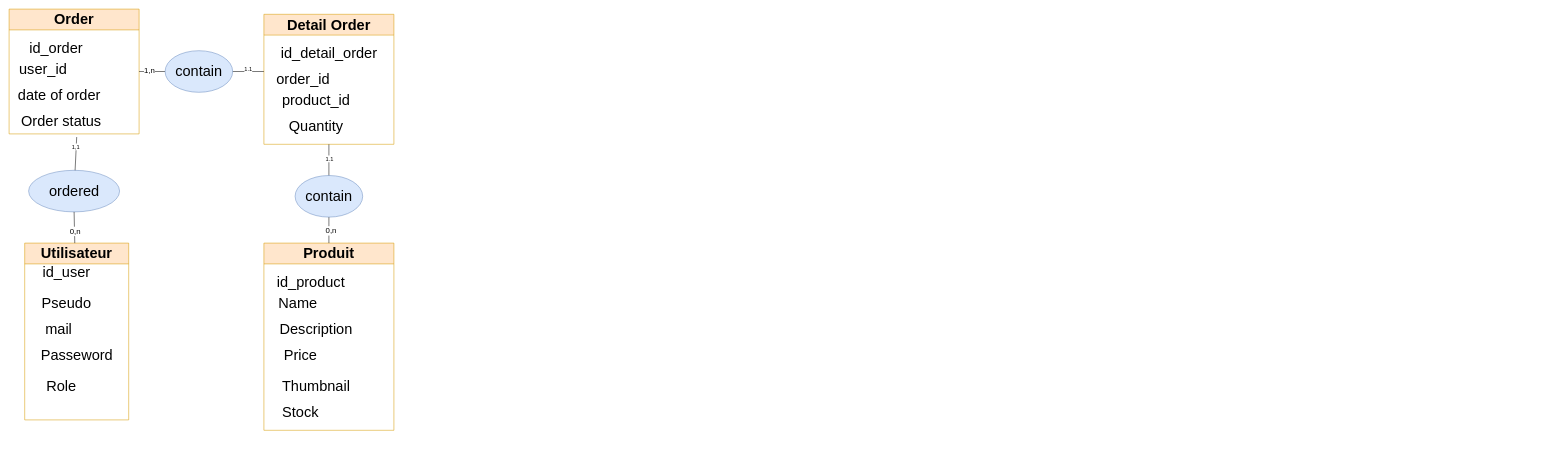
This is Diagramme sans nom.drawio from sgjiri/first-page-html, a draw.io file, before an edit. Source tidied: cells renumbered, new cells numbered last; positions are measured from the earlier drawing's top-left corner, leaving out a move shared by most shapes. Both pictures are drawn from the tidied source at 52%, with x=0, y=0 at pixel (9, 9).
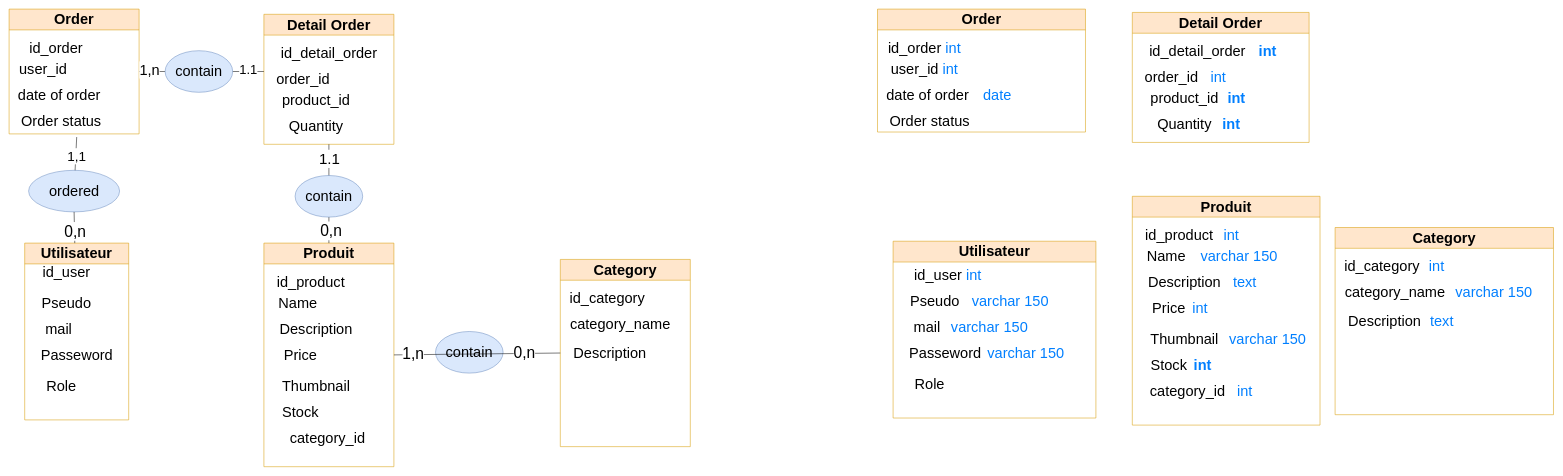
After the change.

Commit message:
Mettre à jour Diagramme sans nom.drawio

The change refers to these unchanged cells:
```xml
<mxCell id="27" style="endArrow=none;html=1;rounded=0;exitX=0.5;exitY=1;exitDx=0;exitDy=0;" parent="1" edge="1" source="26" target="2">
  <mxGeometry relative="1" as="geometry" />
</mxCell>
```

The edit, as a diff of the source:
```diff
@@
     <mxCell id="8" value="&lt;span style=&quot;font-size: 28px;&quot;&gt;Produit&lt;/span&gt;" style="swimlane;whiteSpace=wrap;html=1;fillColor=#ffe6cc;strokeColor=#d79b00;fontSize=17;startSize=40;" parent="1" vertex="1">
-      <mxGeometry x="490" y="450" width="250" height="360" as="geometry" />
+      <mxGeometry x="490" y="450" width="250" height="430" as="geometry" />
     </mxCell>
@@
+    <mxCell id="39" value="category_id" style="text;html=1;align=center;verticalAlign=middle;strokeColor=none;fillColor=none;fontSize=28;" parent="8" vertex="1">
+      <mxGeometry x="37" y="350" width="170" height="50" as="geometry" />
+    </mxCell>
@@
-    <mxCell id="28" value="&lt;font style=&quot;font-size: 15px;&quot;&gt;0,n&lt;/font&gt;" style="edgeLabel;html=1;align=center;verticalAlign=middle;" parent="27" vertex="1">
+    <mxCell id="28" value="&lt;font style=&quot;font-size: 30px;&quot;&gt;0,n&lt;/font&gt;" style="edgeLabel;html=1;align=center;verticalAlign=middle;" parent="27" vertex="1">
       <mxGeometry x="0.23" y="1" relative="1" as="geometry" />
     </mxCell>
@@
-    <mxCell id="30" value="1,1" style="edgeLabel;html=1;align=center;verticalAlign=middle;" parent="1" vertex="1">
+    <mxCell id="30" value="&lt;font style=&quot;font-size: 26px;&quot;&gt;1,1&lt;/font&gt;" style="edgeLabel;html=1;align=center;verticalAlign=middle;" parent="1" vertex="1">
       <mxGeometry x="136.8" y="436.6" as="geometry">
-        <mxPoint x="-9" y="-172" as="offset" />
+        <mxPoint x="-7" y="-154" as="offset" />
       </mxGeometry>
     </mxCell>
@@
-    <mxCell id="33" value="&lt;font style=&quot;font-size: 15px;&quot;&gt;1,n&lt;/font&gt;" style="edgeLabel;html=1;align=center;verticalAlign=middle;" parent="1" vertex="1">
+    <mxCell id="33" value="&lt;font style=&quot;font-size: 28px;&quot;&gt;1,n&lt;/font&gt;" style="edgeLabel;html=1;align=center;verticalAlign=middle;" parent="1" vertex="1">
       <mxGeometry x="136.8" y="436.6" as="geometry">
         <mxPoint x="133" y="-320" as="offset" />
       </mxGeometry>
     </mxCell>
-    <mxCell id="34" value="1.1" style="edgeLabel;html=1;align=center;verticalAlign=middle;" parent="1" vertex="1">
+    <mxCell id="34" value="&lt;font style=&quot;font-size: 25px;&quot;&gt;1.1&lt;/font&gt;" style="edgeLabel;html=1;align=center;verticalAlign=middle;" parent="1" vertex="1">
       <mxGeometry x="450" y="120" as="geometry">
         <mxPoint x="9" y="-6" as="offset" />
       </mxGeometry>
     </mxCell>
@@
-    <mxCell id="37" value="1.1" style="edgeLabel;html=1;align=center;verticalAlign=middle;" parent="1" vertex="1">
+    <mxCell id="37" value="&lt;font style=&quot;font-size: 29px;&quot;&gt;1.1&lt;/font&gt;" style="edgeLabel;html=1;align=center;verticalAlign=middle;" parent="1" vertex="1">
       <mxGeometry x="136.8" y="437" as="geometry">
         <mxPoint x="479" y="-150" as="offset" />
       </mxGeometry>
     </mxCell>
-    <mxCell id="38" value="&lt;font style=&quot;font-size: 15px;&quot;&gt;0,n&lt;/font&gt;" style="edgeLabel;html=1;align=center;verticalAlign=middle;" parent="1" vertex="1">
+    <mxCell id="38" value="&lt;font style=&quot;font-size: 30px;&quot;&gt;0,n&lt;/font&gt;" style="edgeLabel;html=1;align=center;verticalAlign=middle;" parent="1" vertex="1">
       <mxGeometry x="136.8" y="438" as="geometry">
         <mxPoint x="482" y="-13" as="offset" />
       </mxGeometry>
     </mxCell>
+    <mxCell id="40" value="&lt;span style=&quot;font-size: 28px;&quot;&gt;Category&lt;/span&gt;" style="swimlane;whiteSpace=wrap;html=1;fillColor=#ffe6cc;strokeColor=#d79b00;fontSize=17;startSize=40;" parent="1" vertex="1">
+      <mxGeometry x="1060" y="481.4" width="250" height="360" as="geometry" />
+    </mxCell>
+    <mxCell id="41" value="category_name" style="text;html=1;align=center;verticalAlign=middle;strokeColor=none;fillColor=none;fontSize=28;" parent="40" vertex="1">
+      <mxGeometry x="5" y="100" width="220" height="50" as="geometry" />
+    </mxCell>
+    <mxCell id="42" value="Description" style="text;html=1;align=center;verticalAlign=middle;strokeColor=none;fillColor=none;fontSize=28;" parent="40" vertex="1">
+      <mxGeometry x="15" y="155" width="160" height="50" as="geometry" />
+    </mxCell>
+    <mxCell id="43" value="id_category" style="text;html=1;align=center;verticalAlign=middle;strokeColor=none;fillColor=none;fontSize=28;" parent="40" vertex="1">
+      <mxGeometry x="5" y="50" width="170" height="50" as="geometry" />
+    </mxCell>
+    <mxCell id="44" value="contain" style="ellipse;whiteSpace=wrap;html=1;fillColor=#dae8fc;strokeColor=#6c8ebf;fontSize=28;" parent="1" vertex="1">
+      <mxGeometry x="820" y="620" width="130" height="80" as="geometry" />
+    </mxCell>
+    <mxCell id="45" style="endArrow=none;html=1;rounded=0;exitX=1;exitY=0.5;exitDx=0;exitDy=0;entryX=0;entryY=0.5;entryDx=0;entryDy=0;" parent="1" edge="1" source="8" target="40">
+      <mxGeometry relative="1" as="geometry" />
+    </mxCell>
+    <mxCell id="46" value="&lt;font style=&quot;font-size: 30px;&quot;&gt;1,n&lt;/font&gt;" style="edgeLabel;html=1;align=center;verticalAlign=middle;" parent="1" vertex="1">
+      <mxGeometry x="136.8" y="436.4" as="geometry">
+        <mxPoint x="640" y="225" as="offset" />
+      </mxGeometry>
+    </mxCell>
+    <mxCell id="47" value="&lt;font style=&quot;font-size: 30px;&quot;&gt;0,n&lt;/font&gt;" style="edgeLabel;html=1;align=center;verticalAlign=middle;" parent="1" vertex="1">
+      <mxGeometry x="990" y="660" as="geometry" />
+    </mxCell>
+    <mxCell id="48" value="&lt;font style=&quot;font-size: 28px;&quot;&gt;Utilisateur&lt;/font&gt;" style="swimlane;whiteSpace=wrap;html=1;fillColor=#ffe6cc;strokeColor=#d79b00;fontSize=17;startSize=40;" parent="1" vertex="1">
+      <mxGeometry x="1700" y="446.4" width="390" height="340" as="geometry" />
+    </mxCell>
+    <mxCell id="49" value="Pseudo" style="text;html=1;align=center;verticalAlign=middle;strokeColor=none;fillColor=none;fontSize=28;" parent="48" vertex="1">
+      <mxGeometry x="20" y="90" width="120" height="50" as="geometry" />
+    </mxCell>
+    <mxCell id="50" value="mail" style="text;html=1;align=center;verticalAlign=middle;strokeColor=none;fillColor=none;fontSize=28;" parent="48" vertex="1">
+      <mxGeometry x="30" y="140" width="70" height="50" as="geometry" />
+    </mxCell>
+    <mxCell id="51" value="id_user&amp;nbsp;&lt;font color=&quot;#007fff&quot;&gt;int&lt;/font&gt;" style="text;html=1;align=center;verticalAlign=middle;strokeColor=none;fillColor=none;fontSize=28;" parent="48" vertex="1">
+      <mxGeometry x="30" y="40" width="150" height="50" as="geometry" />
+    </mxCell>
+    <mxCell id="52" value="Passeword" style="text;html=1;align=center;verticalAlign=middle;strokeColor=none;fillColor=none;fontSize=28;" parent="48" vertex="1">
+      <mxGeometry x="20" y="190" width="160" height="50" as="geometry" />
+    </mxCell>
+    <mxCell id="53" value="Role" style="text;html=1;align=center;verticalAlign=middle;strokeColor=none;fillColor=none;fontSize=28;" parent="48" vertex="1">
+      <mxGeometry x="30" y="250" width="80" height="50" as="geometry" />
+    </mxCell>
+    <mxCell id="54" value="&lt;font color=&quot;#007fff&quot;&gt;varchar 150&lt;/font&gt;" style="text;html=1;align=center;verticalAlign=middle;strokeColor=none;fillColor=none;fontSize=28;" parent="48" vertex="1">
+      <mxGeometry x="140" y="90" width="170" height="50" as="geometry" />
+    </mxCell>
+    <mxCell id="55" value="&lt;font color=&quot;#007fff&quot;&gt;varchar 150&lt;/font&gt;" style="text;html=1;align=center;verticalAlign=middle;strokeColor=none;fillColor=none;fontSize=28;" parent="48" vertex="1">
+      <mxGeometry x="100" y="140" width="170" height="50" as="geometry" />
+    </mxCell>
+    <mxCell id="56" value="&lt;font color=&quot;#007fff&quot;&gt;varchar 150&lt;/font&gt;" style="text;html=1;align=center;verticalAlign=middle;strokeColor=none;fillColor=none;fontSize=28;" parent="48" vertex="1">
+      <mxGeometry x="170" y="190" width="170" height="50" as="geometry" />
+    </mxCell>
+    <mxCell id="57" value="&lt;span style=&quot;font-size: 28px;&quot;&gt;Produit&lt;/span&gt;" style="swimlane;whiteSpace=wrap;html=1;fillColor=#ffe6cc;strokeColor=#d79b00;fontSize=17;startSize=40;" parent="1" vertex="1">
+      <mxGeometry x="2160" y="360" width="361" height="440" as="geometry" />
+    </mxCell>
+    <mxCell id="58" value="Name" style="text;html=1;align=center;verticalAlign=middle;strokeColor=none;fillColor=none;fontSize=28;" parent="57" vertex="1">
+      <mxGeometry x="15" y="90" width="100" height="50" as="geometry" />
+    </mxCell>
+    <mxCell id="59" value="Description" style="text;html=1;align=center;verticalAlign=middle;strokeColor=none;fillColor=none;fontSize=28;" parent="57" vertex="1">
+      <mxGeometry x="20" y="140" width="160" height="50" as="geometry" />
+    </mxCell>
+    <mxCell id="60" value="id_product" style="text;html=1;align=center;verticalAlign=middle;strokeColor=none;fillColor=none;fontSize=28;" parent="57" vertex="1">
+      <mxGeometry x="15" y="50" width="150" height="50" as="geometry" />
+    </mxCell>
+    <mxCell id="61" value="Price" style="text;html=1;align=center;verticalAlign=middle;strokeColor=none;fillColor=none;fontSize=28;" parent="57" vertex="1">
+      <mxGeometry x="25" y="190" width="90" height="50" as="geometry" />
+    </mxCell>
+    <mxCell id="62" value="Thumbnail" style="text;html=1;align=center;verticalAlign=middle;strokeColor=none;fillColor=none;fontSize=28;" parent="57" vertex="1">
+      <mxGeometry x="25" y="250" width="150" height="50" as="geometry" />
+    </mxCell>
+    <mxCell id="63" value="Stock" style="text;html=1;align=center;verticalAlign=middle;strokeColor=none;fillColor=none;fontSize=28;" parent="57" vertex="1">
+      <mxGeometry x="25" y="300" width="90" height="50" as="geometry" />
+    </mxCell>
+    <mxCell id="64" value="category_id" style="text;html=1;align=center;verticalAlign=middle;strokeColor=none;fillColor=none;fontSize=28;" parent="57" vertex="1">
+      <mxGeometry x="21" y="350" width="170" height="50" as="geometry" />
+    </mxCell>
+    <mxCell id="65" value="&lt;font color=&quot;#007fff&quot;&gt;int&lt;/font&gt;" style="text;html=1;align=center;verticalAlign=middle;strokeColor=none;fillColor=none;fontSize=28;" parent="57" vertex="1">
+      <mxGeometry x="165" y="50" width="50" height="50" as="geometry" />
+    </mxCell>
+    <mxCell id="66" value="&lt;font color=&quot;#007fff&quot;&gt;int&lt;/font&gt;" style="text;html=1;align=center;verticalAlign=middle;strokeColor=none;fillColor=none;fontSize=28;" parent="57" vertex="1">
+      <mxGeometry x="191" y="350" width="50" height="50" as="geometry" />
+    </mxCell>
+    <mxCell id="67" value="&lt;font color=&quot;#007fff&quot;&gt;int&lt;/font&gt;" style="text;html=1;align=center;verticalAlign=middle;strokeColor=none;fillColor=none;fontSize=28;fontStyle=1;" parent="57" vertex="1">
+      <mxGeometry x="105" y="300" width="60" height="50" as="geometry" />
+    </mxCell>
+    <mxCell id="68" value="&lt;font color=&quot;#007fff&quot;&gt;varchar 150&lt;/font&gt;" style="text;html=1;align=center;verticalAlign=middle;strokeColor=none;fillColor=none;fontSize=28;" parent="57" vertex="1">
+      <mxGeometry x="120" y="90" width="170" height="50" as="geometry" />
+    </mxCell>
+    <mxCell id="69" value="&lt;font color=&quot;#007fff&quot;&gt;text&lt;/font&gt;" style="text;html=1;align=center;verticalAlign=middle;strokeColor=none;fillColor=none;fontSize=28;" parent="57" vertex="1">
+      <mxGeometry x="181" y="140" width="70" height="50" as="geometry" />
+    </mxCell>
+    <mxCell id="70" value="&lt;font color=&quot;#007fff&quot;&gt;varchar 150&lt;/font&gt;" style="text;html=1;align=center;verticalAlign=middle;strokeColor=none;fillColor=none;fontSize=28;" parent="57" vertex="1">
+      <mxGeometry x="175" y="250" width="170" height="50" as="geometry" />
+    </mxCell>
+    <mxCell id="71" value="&lt;font color=&quot;#007fff&quot;&gt;int&lt;/font&gt;" style="text;html=1;align=center;verticalAlign=middle;strokeColor=none;fillColor=none;fontSize=28;" parent="57" vertex="1">
+      <mxGeometry x="105" y="190" width="50" height="50" as="geometry" />
+    </mxCell>
+    <mxCell id="72" style="edgeStyle=orthogonalEdgeStyle;rounded=0;jettySize=auto;html=1;exitX=1;exitY=0.5;exitDx=0;exitDy=0;strokeColor=none;" parent="1" edge="1" source="73">
+      <mxGeometry relative="1" as="geometry">
+        <mxPoint x="2020" y="126.4" as="targetPoint" />
+      </mxGeometry>
+    </mxCell>
+    <mxCell id="73" value="&lt;span style=&quot;font-size: 28px;&quot;&gt;Order&lt;/span&gt;" style="swimlane;whiteSpace=wrap;html=1;fillColor=#ffe6cc;strokeColor=#d79b00;fontSize=17;startSize=40;" parent="1" vertex="1">
+      <mxGeometry x="1670" width="400" height="236.4" as="geometry" />
+    </mxCell>
+    <mxCell id="74" value="user_id &lt;font color=&quot;#007fff&quot;&gt;int&lt;/font&gt;" style="text;html=1;align=center;verticalAlign=middle;strokeColor=none;fillColor=none;fontSize=28;" parent="73" vertex="1">
+      <mxGeometry x="15" y="90" width="150" height="50" as="geometry" />
+    </mxCell>
+    <mxCell id="75" value="date of&amp;nbsp;order&amp;nbsp;" style="text;html=1;align=center;verticalAlign=middle;strokeColor=none;fillColor=none;fontSize=28;" parent="73" vertex="1">
+      <mxGeometry x="5" y="140" width="190" height="50" as="geometry" />
+    </mxCell>
+    <mxCell id="76" value="id_order &lt;font color=&quot;#007fff&quot;&gt;int&lt;/font&gt;" style="text;html=1;align=center;verticalAlign=middle;strokeColor=none;fillColor=none;fontSize=28;" parent="73" vertex="1">
+      <mxGeometry x="10" y="50" width="160" height="50" as="geometry" />
+    </mxCell>
+    <mxCell id="77" value="Order status" style="text;html=1;align=center;verticalAlign=middle;strokeColor=none;fillColor=none;fontSize=28;" parent="73" vertex="1">
+      <mxGeometry x="10" y="190" width="180" height="50" as="geometry" />
+    </mxCell>
+    <mxCell id="78" value="&lt;font color=&quot;#007fff&quot;&gt;date&lt;/font&gt;" style="text;html=1;align=center;verticalAlign=middle;strokeColor=none;fillColor=none;fontSize=28;" parent="73" vertex="1">
+      <mxGeometry x="190" y="140" width="80" height="50" as="geometry" />
+    </mxCell>
+    <mxCell id="79" value="&lt;span style=&quot;font-size: 28px;&quot;&gt;Detail Order&lt;/span&gt;" style="swimlane;whiteSpace=wrap;html=1;fillColor=#ffe6cc;strokeColor=#d79b00;fontSize=17;startSize=40;" parent="1" vertex="1">
+      <mxGeometry x="2160" y="6.4" width="340" height="250" as="geometry" />
+    </mxCell>
+    <mxCell id="80" value="product_id" style="text;html=1;align=center;verticalAlign=middle;strokeColor=none;fillColor=none;fontSize=28;" parent="79" vertex="1">
+      <mxGeometry x="25" y="140" width="150" height="50" as="geometry" />
+    </mxCell>
+    <mxCell id="81" value="order_id" style="text;html=1;align=center;verticalAlign=middle;strokeColor=none;fillColor=none;fontSize=28;" parent="79" vertex="1">
+      <mxGeometry x="10" y="100" width="130" height="50" as="geometry" />
+    </mxCell>
+    <mxCell id="82" value="Quantity" style="text;html=1;align=center;verticalAlign=middle;strokeColor=none;fillColor=none;fontSize=28;" parent="79" vertex="1">
+      <mxGeometry x="35" y="190" width="130" height="50" as="geometry" />
+    </mxCell>
+    <mxCell id="83" value="id_detail_order" style="text;html=1;align=center;verticalAlign=middle;strokeColor=none;fillColor=none;fontSize=28;" parent="79" vertex="1">
+      <mxGeometry x="20" y="50" width="210" height="50" as="geometry" />
+    </mxCell>
+    <mxCell id="84" value="&lt;font color=&quot;#007fff&quot;&gt;int&lt;/font&gt;" style="text;html=1;align=center;verticalAlign=middle;strokeColor=none;fillColor=none;fontSize=28;" parent="79" vertex="1">
+      <mxGeometry x="140" y="100" width="50" height="50" as="geometry" />
+    </mxCell>
+    <mxCell id="85" value="&lt;font color=&quot;#007fff&quot;&gt;int&lt;/font&gt;" style="text;html=1;align=center;verticalAlign=middle;strokeColor=none;fillColor=none;fontSize=28;fontStyle=1;" parent="79" vertex="1">
+      <mxGeometry x="170" y="140" width="60" height="50" as="geometry" />
+    </mxCell>
+    <mxCell id="86" value="&lt;font color=&quot;#007fff&quot;&gt;int&lt;/font&gt;" style="text;html=1;align=center;verticalAlign=middle;strokeColor=none;fillColor=none;fontSize=28;fontStyle=1;" parent="79" vertex="1">
+      <mxGeometry x="160" y="190" width="60" height="50" as="geometry" />
+    </mxCell>
+    <mxCell id="87" value="&lt;font color=&quot;#007fff&quot;&gt;int&lt;/font&gt;" style="text;html=1;align=center;verticalAlign=middle;strokeColor=none;fillColor=none;fontSize=28;fontStyle=1;" parent="79" vertex="1">
+      <mxGeometry x="230" y="50" width="60" height="50" as="geometry" />
+    </mxCell>
+    <mxCell id="88" value="&lt;span style=&quot;font-size: 28px;&quot;&gt;Category&lt;/span&gt;" style="swimlane;whiteSpace=wrap;html=1;fillColor=#ffe6cc;strokeColor=#d79b00;fontSize=17;startSize=40;" parent="1" vertex="1">
+      <mxGeometry x="2550" y="420" width="420" height="360" as="geometry" />
+    </mxCell>
+    <mxCell id="89" value="category_name" style="text;html=1;align=center;verticalAlign=middle;strokeColor=none;fillColor=none;fontSize=28;" parent="88" vertex="1">
+      <mxGeometry x="5" y="100" width="220" height="50" as="geometry" />
+    </mxCell>
+    <mxCell id="90" value="Description" style="text;html=1;align=center;verticalAlign=middle;strokeColor=none;fillColor=none;fontSize=28;" parent="88" vertex="1">
+      <mxGeometry x="15" y="155" width="160" height="50" as="geometry" />
+    </mxCell>
+    <mxCell id="91" value="id_category" style="text;html=1;align=center;verticalAlign=middle;strokeColor=none;fillColor=none;fontSize=28;" parent="88" vertex="1">
+      <mxGeometry x="5" y="50" width="170" height="50" as="geometry" />
+    </mxCell>
+    <mxCell id="92" value="&lt;font color=&quot;#007fff&quot;&gt;int&lt;/font&gt;" style="text;html=1;align=center;verticalAlign=middle;strokeColor=none;fillColor=none;fontSize=28;" parent="88" vertex="1">
+      <mxGeometry x="170" y="50" width="50" height="50" as="geometry" />
+    </mxCell>
+    <mxCell id="93" value="&lt;font color=&quot;#007fff&quot;&gt;text&lt;/font&gt;" style="text;html=1;align=center;verticalAlign=middle;strokeColor=none;fillColor=none;fontSize=28;" parent="88" vertex="1">
+      <mxGeometry x="170" y="155" width="70" height="50" as="geometry" />
+    </mxCell>
+    <mxCell id="94" value="&lt;font color=&quot;#007fff&quot;&gt;varchar 150&lt;/font&gt;" style="text;html=1;align=center;verticalAlign=middle;strokeColor=none;fillColor=none;fontSize=28;" parent="88" vertex="1">
+      <mxGeometry x="220" y="100" width="170" height="50" as="geometry" />
+    </mxCell>
```
